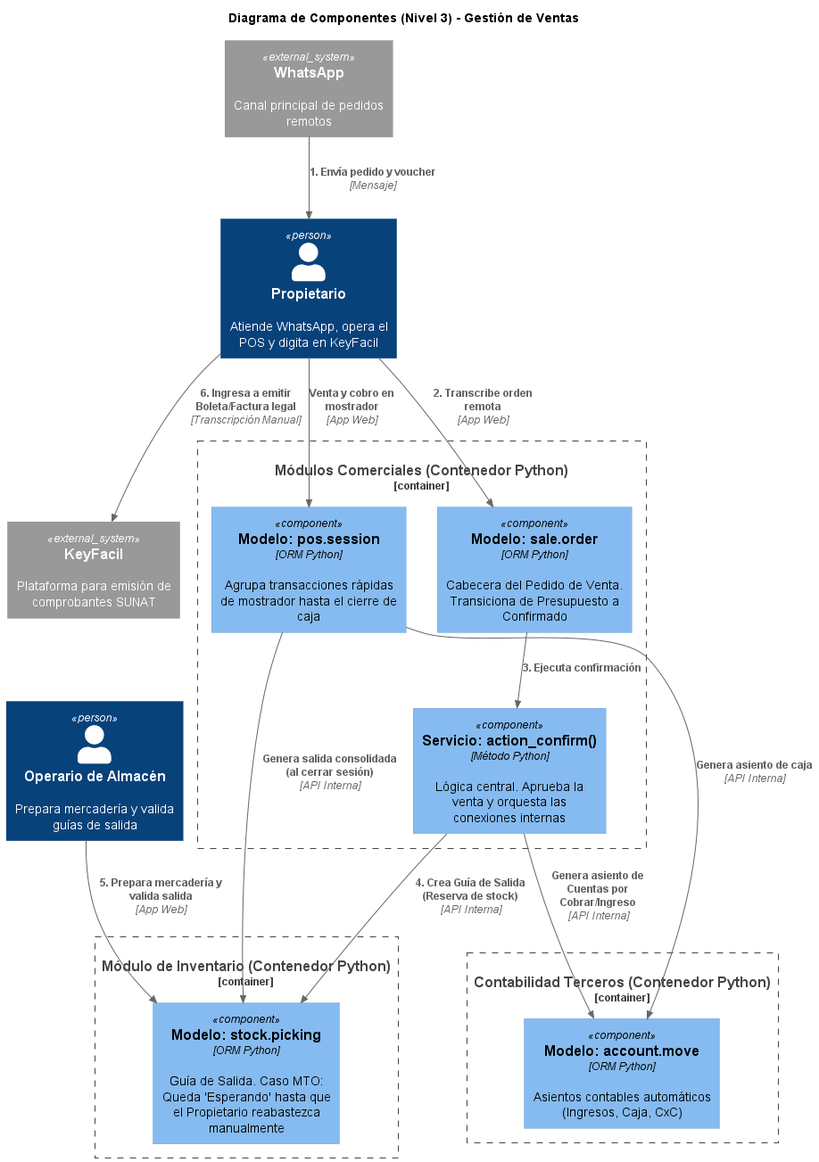
This is arquitectura/vistas/c4/render/componentes/ventas.png from dieg0-29/migal-erp, a PlantUML export, as it was before one commit. Its diagram source:
```plantuml
@startuml
!include https://raw.githubusercontent.com/plantuml-stdlib/C4-PlantUML/master/C4_Component.puml

title Diagrama de Componentes (Nivel 3) - Gestión de Ventas

Person(prop, "Propietario", "Atiende WhatsApp, opera el POS y digita en KeyFacil")
Person(alm, "Operario de Almacén", "Prepara mercadería y valida guías de salida")

System_Ext(whatsapp, "WhatsApp", "Canal principal de pedidos remotos")
System_Ext(keyfacil, "KeyFacil", "Plataforma para emisión de comprobantes SUNAT")

Container_Boundary(sales_app, "Módulos Comerciales (Contenedor Python)") {
    Component(sale_order, "Modelo: sale.order", "ORM Python", "Cabecera del Pedido de Venta. Transiciona de Presupuesto a Confirmado")
    Component(action_confirm, "Servicio: action_confirm()", "Método Python", "Lógica central. Aprueba la venta y orquesta las conexiones internas")
    Component(pos_session, "Modelo: pos.session", "ORM Python", "Agrupa transacciones rápidas de mostrador hasta el cierre de caja")
}

Container_Boundary(inv_app, "Módulo de Inventario (Contenedor Python)") {
    Component(stock_picking, "Modelo: stock.picking", "ORM Python", "Guía de Salida. Caso MTO: Queda 'Esperando' hasta que el Propietario reabastezca manualmente")
}

Container_Boundary(acc_app, "Contabilidad Terceros (Contenedor Python)") {
    Component(account_move, "Modelo: account.move", "ORM Python", "Asientos contables automáticos (Ingresos, Caja, CxC)")
}

Rel(whatsapp, prop, "1. Envía pedido y voucher", "Mensaje")
Rel(prop, sale_order, "2. Transcribe orden remota", "App Web")
Rel(sale_order, action_confirm, "3. Ejecuta confirmación")

Rel(prop, pos_session, "Venta y cobro en mostrador", "App Web")
Rel(pos_session, stock_picking, "Genera salida consolidada (al cerrar sesión)", "API Interna")
Rel(pos_session, account_move, "Genera asiento de caja", "API Interna")

Rel(action_confirm, stock_picking, "4. Crea Guía de Salida (Reserva de stock)", "API Interna")
Rel(action_confirm, account_move, "Genera asiento de Cuentas por Cobrar/Ingreso", "API Interna")
Rel(alm, stock_picking, "5. Prepara mercadería y valida salida", "App Web")

Rel(prop, keyfacil, "6. Ingresa a emitir Boleta/Factura legal", "Transcripción Manual")
@enduml
```
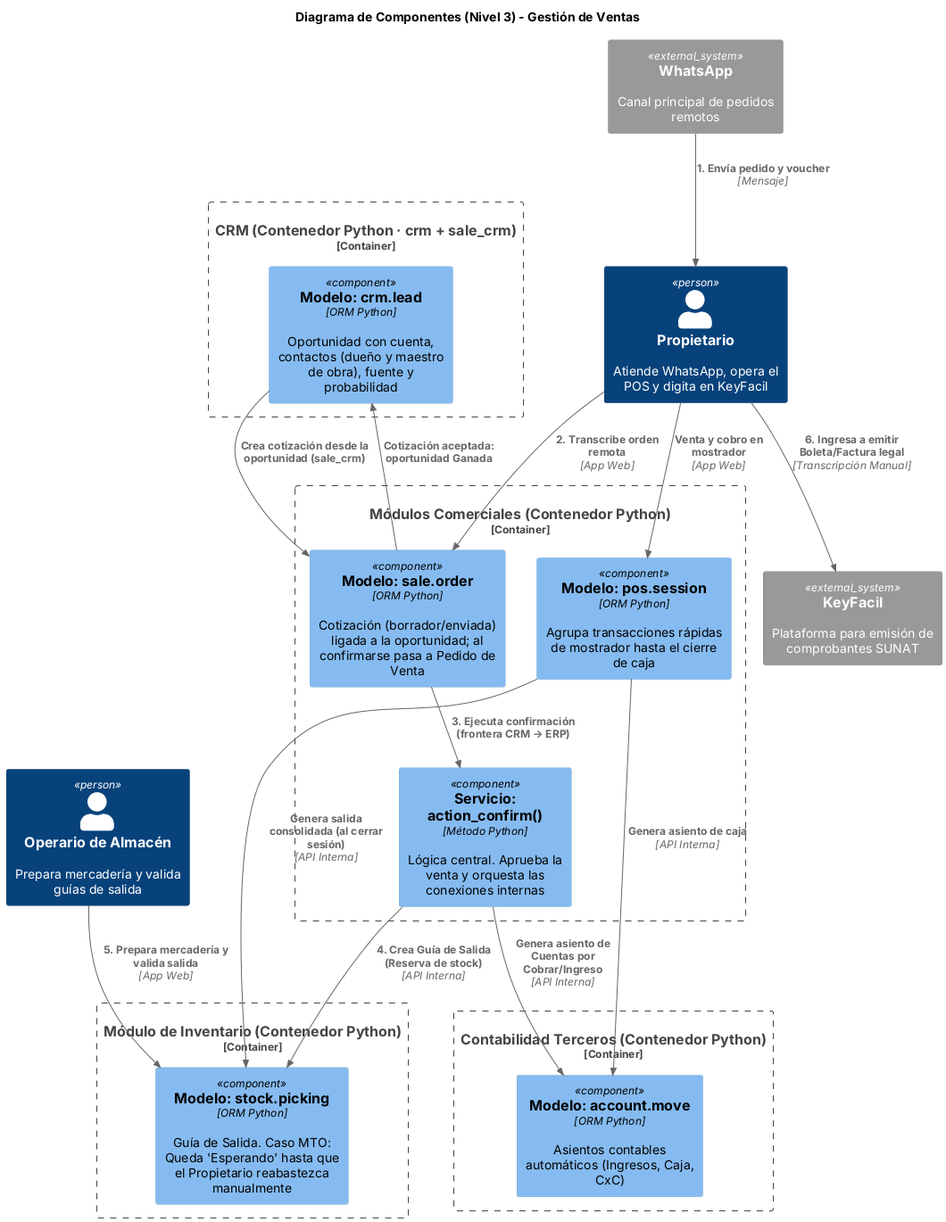
After the change.

Commit message:
docs(c4-ventas): vincular cotizacion con oportunidad crm

Change to the diagram source:
```diff
@@ -1,5 +1,5 @@
 @startuml
-!include https://raw.githubusercontent.com/plantuml-stdlib/C4-PlantUML/master/C4_Component.puml
+!include <C4/C4_Component>
 
 title Diagrama de Componentes (Nivel 3) - Gestión de Ventas
 
@@ -9,8 +9,12 @@
 System_Ext(whatsapp, "WhatsApp", "Canal principal de pedidos remotos")
 System_Ext(keyfacil, "KeyFacil", "Plataforma para emisión de comprobantes SUNAT")
 
+Container_Boundary(crm_app, "CRM (Contenedor Python · crm + sale_crm)") {
+    Component(crm_lead, "Modelo: crm.lead", "ORM Python", "Oportunidad con cuenta, contactos (dueño y maestro de obra), fuente y probabilidad")
+}
+
 Container_Boundary(sales_app, "Módulos Comerciales (Contenedor Python)") {
-    Component(sale_order, "Modelo: sale.order", "ORM Python", "Cabecera del Pedido de Venta. Transiciona de Presupuesto a Confirmado")
+    Component(sale_order, "Modelo: sale.order", "ORM Python", "Cotización (borrador/enviada) ligada a la oportunidad; al confirmarse pasa a Pedido de Venta")
     Component(action_confirm, "Servicio: action_confirm()", "Método Python", "Lógica central. Aprueba la venta y orquesta las conexiones internas")
     Component(pos_session, "Modelo: pos.session", "ORM Python", "Agrupa transacciones rápidas de mostrador hasta el cierre de caja")
 }
@@ -25,7 +29,9 @@
 
 Rel(whatsapp, prop, "1. Envía pedido y voucher", "Mensaje")
 Rel(prop, sale_order, "2. Transcribe orden remota", "App Web")
-Rel(sale_order, action_confirm, "3. Ejecuta confirmación")
+Rel(crm_lead, sale_order, "Crea cotización desde la oportunidad (sale_crm)")
+Rel(sale_order, crm_lead, "Cotización aceptada: oportunidad Ganada")
+Rel(sale_order, action_confirm, "3. Ejecuta confirmación (frontera CRM → ERP)")
 
 Rel(prop, pos_session, "Venta y cobro en mostrador", "App Web")
 Rel(pos_session, stock_picking, "Genera salida consolidada (al cerrar sesión)", "API Interna")
```
